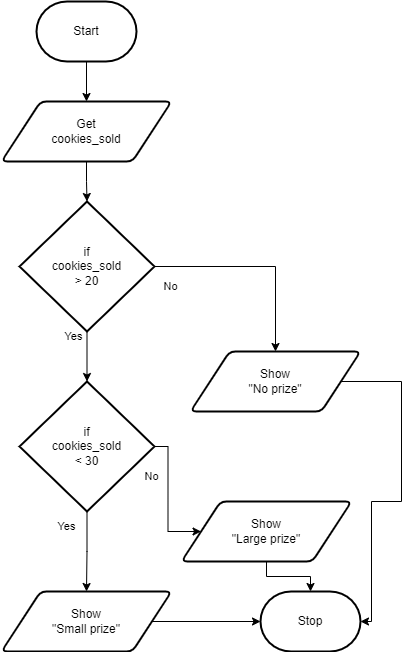
Earlier version of the draw.io export docs/structured-problem-solving/images/flowchart-nested-if.png (Mr-Coxall/Computer-Based-Problem-Solving). Source tidied: cells renumbered, new cells last; positions are measured from the earlier drawing's top-left corner, leaving out a move shared by most shapes.
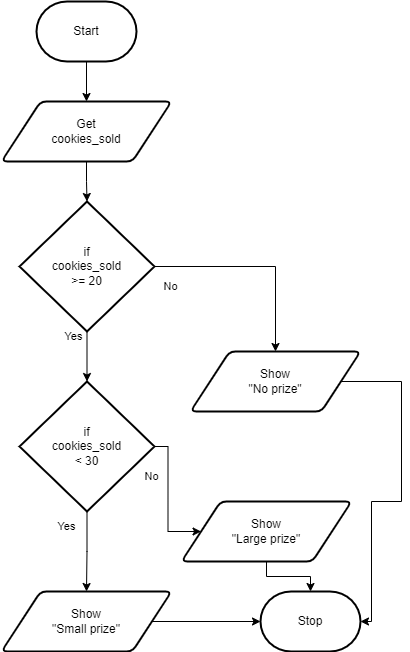
The same diagram one commit later.

Diff of the diagram source:
```diff
@@ -23,7 +23,7 @@
     <mxCell id="8" style="edgeStyle=orthogonalEdgeStyle;shape=connector;rounded=0;html=1;labelBackgroundColor=default;strokeColor=default;fontFamily=Helvetica;fontSize=11;fontColor=default;endArrow=classic;" parent="1" edge="1" source="9" target="11">
       <mxGeometry relative="1" as="geometry" />
     </mxCell>
-    <mxCell id="9" value="if&lt;br&gt;cookies_sold&lt;br&gt;&amp;gt; 20" style="strokeWidth=2;html=1;shape=mxgraph.flowchart.decision;whiteSpace=wrap;" parent="1" vertex="1">
+    <mxCell id="9" value="if&lt;br&gt;cookies_sold&lt;br&gt;&amp;gt;= 20" style="strokeWidth=2;html=1;shape=mxgraph.flowchart.decision;whiteSpace=wrap;" parent="1" vertex="1">
       <mxGeometry x="18" y="200" width="135" height="130" as="geometry" />
     </mxCell>
     <mxCell id="10" style="edgeStyle=orthogonalEdgeStyle;shape=connector;rounded=0;html=1;labelBackgroundColor=default;strokeColor=default;fontFamily=Helvetica;fontSize=11;fontColor=default;endArrow=classic;" parent="1" edge="1" source="11" target="6">
```
